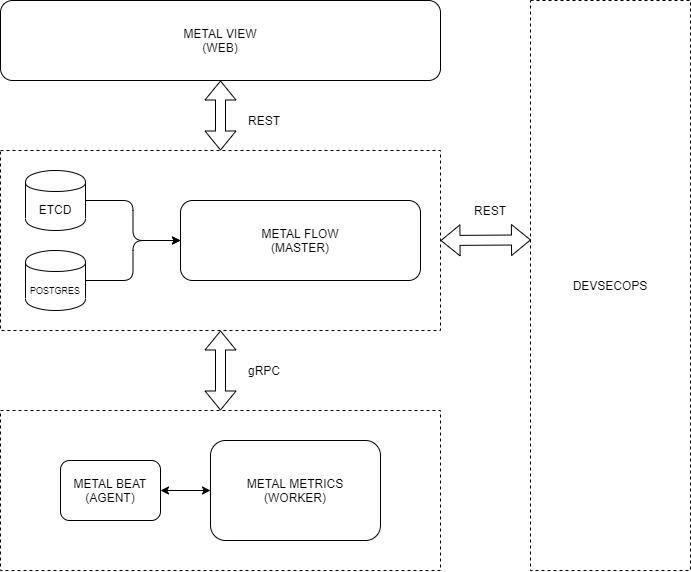
The draw.io diagram design.png in craftslab/metalmetrics, before a commit. Source tidied: cells renumbered, new cells last; positions are measured from the earlier drawing's top-left corner, leaving out a move shared by most shapes.
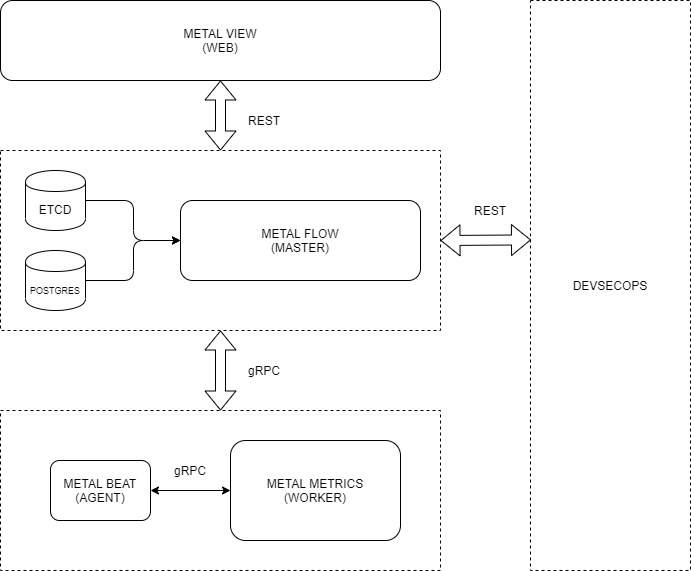
After the commit.

Change to the diagram source:
```diff
@@ -12,10 +12,10 @@
       <mxGeometry x="180" y="200" width="240" height="80" as="geometry" />
     </mxCell>
     <mxCell id="5" value="METAL BEAT&lt;br&gt;(AGENT)" style="rounded=1;whiteSpace=wrap;html=1;" parent="1" vertex="1">
-      <mxGeometry x="60" y="460" width="100" height="60" as="geometry" />
+      <mxGeometry x="50" y="460" width="100" height="60" as="geometry" />
     </mxCell>
     <mxCell id="6" value="METAL METRICS&lt;br&gt;(WORKER)" style="rounded=1;whiteSpace=wrap;html=1;" parent="1" vertex="1">
-      <mxGeometry x="210" y="440" width="170" height="100" as="geometry" />
+      <mxGeometry x="230" y="440" width="170" height="100" as="geometry" />
     </mxCell>
     <mxCell id="7" value="ETCD" style="shape=cylinder;whiteSpace=wrap;html=1;boundedLbl=1;backgroundOutline=1;" parent="1" vertex="1">
       <mxGeometry x="25" y="170" width="60" height="60" as="geometry" />
@@ -56,5 +56,8 @@
     <mxCell id="19" value="gRPC" style="text;html=1;strokeColor=none;fillColor=none;align=center;verticalAlign=middle;whiteSpace=wrap;rounded=0;" parent="1" vertex="1">
       <mxGeometry x="244" y="360" width="40" height="20" as="geometry" />
     </mxCell>
+    <mxCell id="20" value="gRPC" style="text;html=1;strokeColor=none;fillColor=none;align=center;verticalAlign=middle;whiteSpace=wrap;rounded=0;" parent="1" vertex="1">
+      <mxGeometry x="170" y="460" width="40" height="20" as="geometry" />
+    </mxCell>
   </root>
 </mxGraphModel>
```
